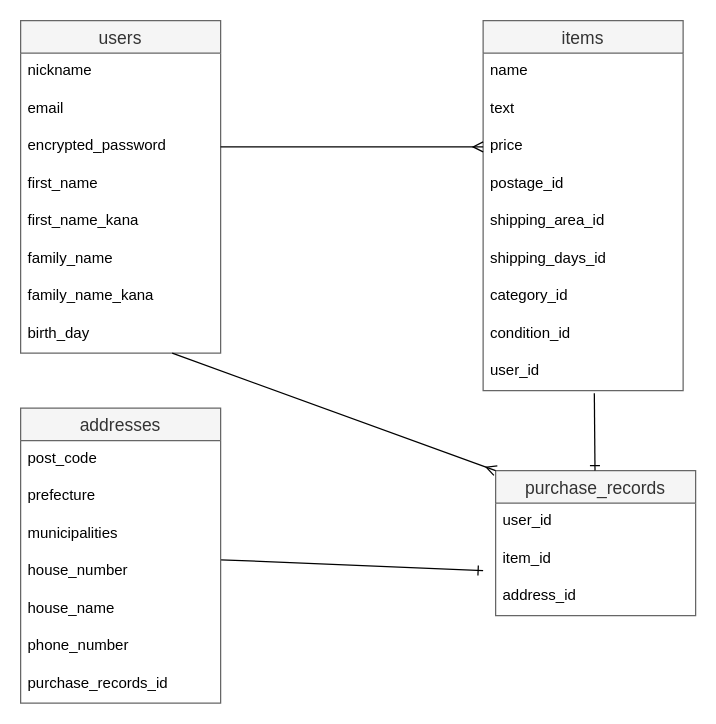
Above: test2.dio in K-RKY/furima-38108 (draw.io), before the change. Source tidied: cells renumbered, new cells numbered last; positions are measured from the earlier drawing's top-left corner, leaving out a move shared by most shapes. Both pictures are drawn from the tidied source at 125%, with x=0, y=0 at pixel (20, 20).
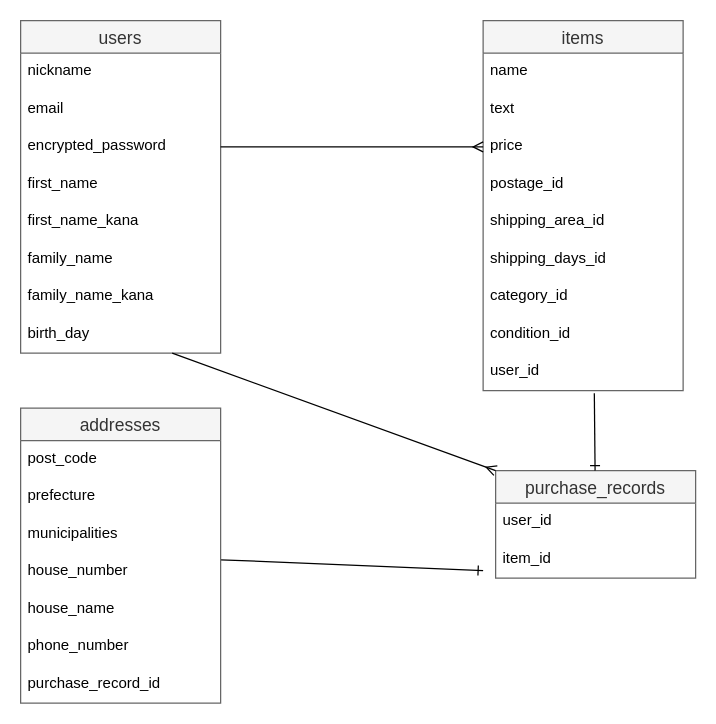
After the change.

Commit message (it also covers changes not shown here):
データベース設計修正3回目

The change refers to these unchanged cells:
```xml
<mxCell id="22" value="addresses" style="swimlane;fontStyle=0;horizontal=1;startSize=26;align=center;fontSize=14;fillColor=#f5f5f5;fontColor=#333333;strokeColor=#666666;" parent="1" vertex="1">
  <mxGeometry y="310" width="160" height="236" as="geometry" />
</mxCell>
```

Change to the diagram source:
```diff
@@
-    <mxCell id="29" value="purchase_records_id" style="text;strokeColor=none;fillColor=none;spacingLeft=4;spacingRight=4;overflow=hidden;fontSize=12;" parent="22" vertex="1">
+    <mxCell id="29" value="purchase_record_id" style="text;strokeColor=none;fillColor=none;spacingLeft=4;spacingRight=4;overflow=hidden;fontSize=12;" parent="22" vertex="1">
       <mxGeometry y="206" width="160" height="30" as="geometry" />
     </mxCell>
     <mxCell id="30" value="purchase_records" style="swimlane;fontStyle=0;horizontal=1;startSize=26;align=center;fontSize=14;fillColor=#f5f5f5;fontColor=#333333;strokeColor=#666666;" parent="1" vertex="1">
-      <mxGeometry x="380" y="360" width="160" height="116" as="geometry" />
+      <mxGeometry x="380" y="360" width="160" height="86" as="geometry" />
     </mxCell>
@@
-    <mxCell id="33" value="address_id" style="text;strokeColor=none;fillColor=none;spacingLeft=4;spacingRight=4;overflow=hidden;fontSize=12;" parent="30" vertex="1">
-      <mxGeometry y="86" width="160" height="30" as="geometry" />
-    </mxCell>
```
